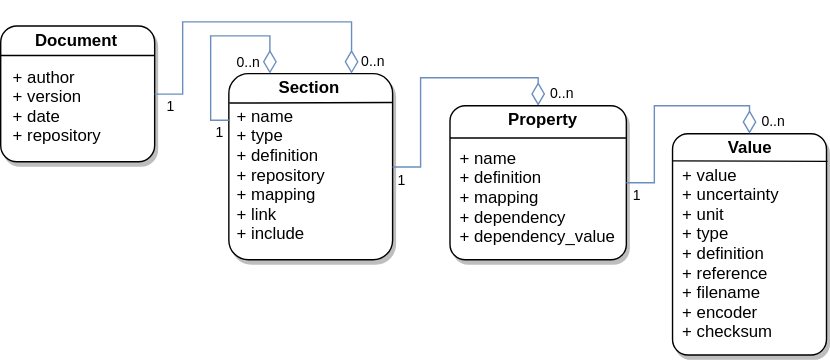
This is odML/flowcharts/odML_DataModel_v1.3.0.svg from mpsonntag/prodoc, a draw.io export, as it was before one commit. Source tidied: cells renumbered, new cells last; positions are measured from the earlier drawing's top-left corner, leaving out a move shared by most shapes.
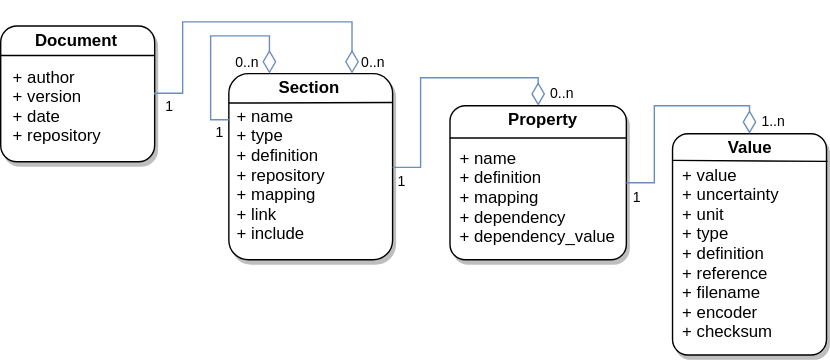
The same diagram one commit later.

The edit, as a diff of the source:
```diff
@@ -128,7 +128,7 @@
         <mxPoint x="-2.5" y="12" as="offset" />
       </mxGeometry>
     </mxCell>
-    <mxCell id="29" value="0..n" style="text;html=1;align=center;verticalAlign=middle;labelBackgroundColor=#ffffff;fontSize=10;" parent="27" vertex="1">
+    <mxCell id="29" value="1..n" style="text;html=1;align=center;verticalAlign=middle;labelBackgroundColor=#ffffff;fontSize=10;" parent="27" vertex="1">
       <mxGeometry x="-0.91" y="1" relative="1" as="geometry">
         <mxPoint x="18" y="-2.5" as="offset" />
       </mxGeometry>
```
